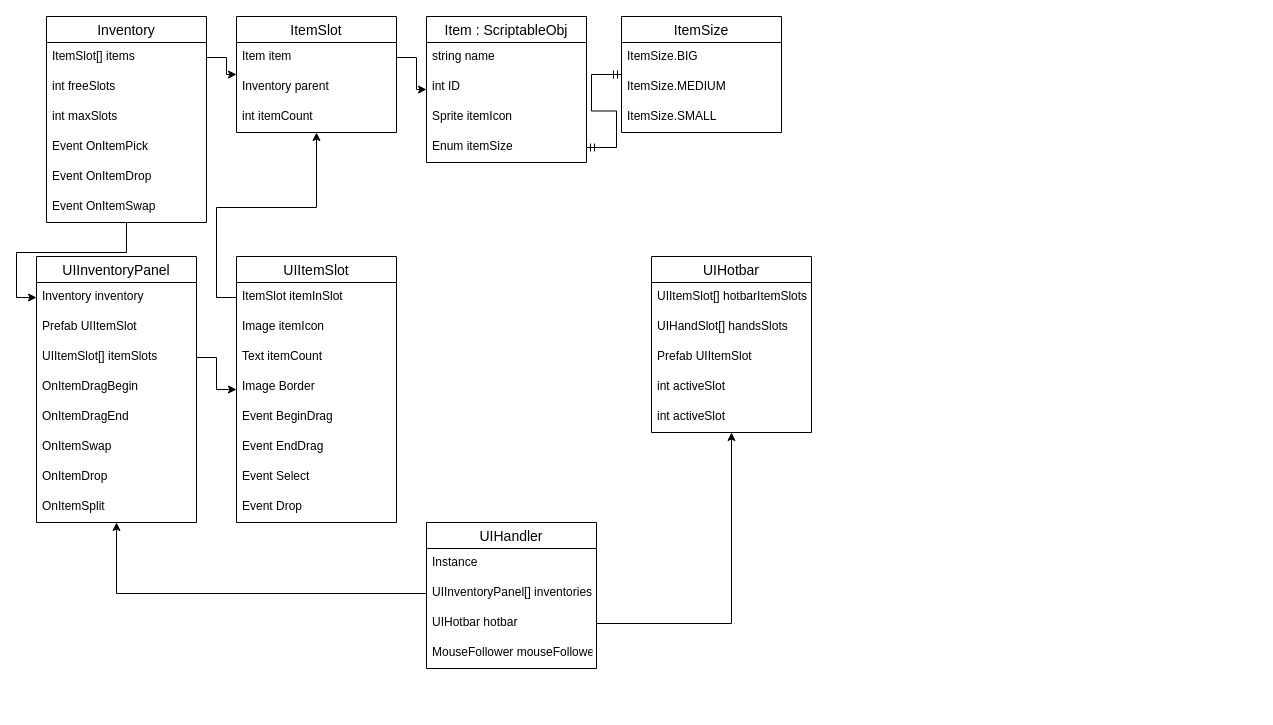
carthon/GameDevelopment keeps this draw.io diagram as DiagramConcept.drawio. Above is the earlier version. Source tidied: cells renumbered, new cells numbered last; positions are measured from the earlier drawing's top-left corner, leaving out a move shared by most shapes. Both pictures are drawn from the tidied source at 100%, with x=0, y=0 at pixel (16, 16).
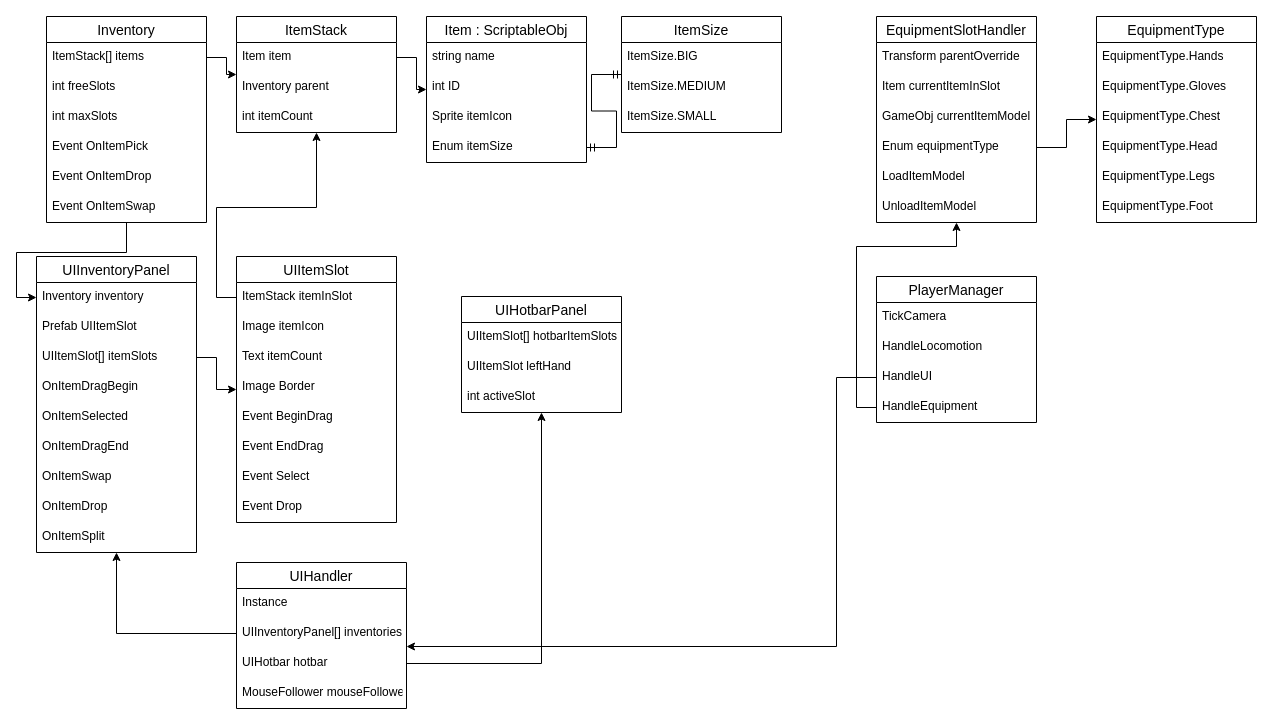
The same page after the edit.

Unchanged cells that the change refers to:
```xml
<mxCell id="3" value="Inventory" style="swimlane;fontStyle=0;horizontal=1;startSize=26;align=center;fontSize=14;" parent="1" vertex="1">
  <mxGeometry x="30" width="160" height="206" as="geometry" />
</mxCell>
<mxCell id="46" value="UIItemSlot" style="swimlane;fontStyle=0;horizontal=1;startSize=26;align=center;fontSize=14;" parent="1" vertex="1">
  <mxGeometry x="220" y="240" width="160" height="266" as="geometry" />
</mxCell>
```

What changed in the source:
```diff
@@
-    <mxCell id="4" value="ItemSlot[] items" style="text;strokeColor=none;fillColor=none;spacingLeft=4;spacingRight=4;overflow=hidden;points=[[0,0.5],[1,0.5]];portConstraint=eastwest;fontSize=12;" parent="3" vertex="1">
+    <mxCell id="4" value="ItemStack[] items" style="text;strokeColor=none;fillColor=none;spacingLeft=4;spacingRight=4;overflow=hidden;points=[[0,0.5],[1,0.5]];portConstraint=eastwest;fontSize=12;" parent="3" vertex="1">
       <mxGeometry y="26" width="160" height="30" as="geometry" />
     </mxCell>
@@
     <mxCell id="20" value="UIInventoryPanel" style="swimlane;fontStyle=0;horizontal=1;startSize=26;align=center;fontSize=14;" parent="1" vertex="1">
-      <mxGeometry x="20" y="240" width="160" height="266" as="geometry" />
+      <mxGeometry x="20" y="240" width="160" height="296" as="geometry" />
     </mxCell>
@@
+    <mxCell id="59" value="OnItemSelected" style="text;strokeColor=none;fillColor=none;spacingLeft=4;spacingRight=4;overflow=hidden;fontSize=12;" parent="20" vertex="1">
+      <mxGeometry y="146" width="160" height="30" as="geometry" />
+    </mxCell>
     <mxCell id="25" value="OnItemDragEnd&#10;" style="text;strokeColor=none;fillColor=none;spacingLeft=4;spacingRight=4;overflow=hidden;fontSize=12;" parent="20" vertex="1">
-      <mxGeometry y="146" width="160" height="30" as="geometry" />
+      <mxGeometry y="176" width="160" height="30" as="geometry" />
     </mxCell>
     <mxCell id="26" value="OnItemSwap" style="text;strokeColor=none;fillColor=none;spacingLeft=4;spacingRight=4;overflow=hidden;fontSize=12;" parent="20" vertex="1">
-      <mxGeometry y="176" width="160" height="30" as="geometry" />
+      <mxGeometry y="206" width="160" height="30" as="geometry" />
     </mxCell>
     <mxCell id="27" value="OnItemDrop" style="text;strokeColor=none;fillColor=none;spacingLeft=4;spacingRight=4;overflow=hidden;fontSize=12;" parent="20" vertex="1">
-      <mxGeometry y="206" width="160" height="30" as="geometry" />
+      <mxGeometry y="236" width="160" height="30" as="geometry" />
     </mxCell>
     <mxCell id="28" value="OnItemSplit" style="text;strokeColor=none;fillColor=none;spacingLeft=4;spacingRight=4;overflow=hidden;fontSize=12;" parent="20" vertex="1">
-      <mxGeometry y="236" width="160" height="30" as="geometry" />
+      <mxGeometry y="266" width="160" height="30" as="geometry" />
     </mxCell>
     <mxCell id="29" value="UIHandler" style="swimlane;fontStyle=0;horizontal=1;startSize=26;align=center;fontSize=14;" parent="1" vertex="1">
-      <mxGeometry x="410" y="506" width="170" height="146" as="geometry" />
+      <mxGeometry x="220" y="546" width="170" height="146" as="geometry" />
     </mxCell>
@@
-    <mxCell id="34" value="UIHotbar" style="swimlane;fontStyle=0;horizontal=1;startSize=26;align=center;fontSize=14;" parent="1" vertex="1">
-      <mxGeometry x="635" y="240" width="160" height="176" as="geometry" />
+    <mxCell id="34" value="UIHotbarPanel" style="swimlane;fontStyle=0;horizontal=1;startSize=26;align=center;fontSize=14;" parent="1" vertex="1">
+      <mxGeometry x="445" y="280" width="160" height="116" as="geometry" />
     </mxCell>
@@
-    <mxCell id="36" value="UIHandSlot[] handsSlots" style="text;strokeColor=none;fillColor=none;spacingLeft=4;spacingRight=4;overflow=hidden;fontSize=12;" parent="34" vertex="1">
+    <mxCell id="36" value="UIItemSlot leftHand" style="text;strokeColor=none;fillColor=none;spacingLeft=4;spacingRight=4;overflow=hidden;fontSize=12;" parent="34" vertex="1">
       <mxGeometry y="56" width="160" height="30" as="geometry" />
     </mxCell>
-    <mxCell id="37" value="Prefab UIItemSlot" style="text;strokeColor=none;fillColor=none;spacingLeft=4;spacingRight=4;overflow=hidden;fontSize=12;" parent="34" vertex="1">
-      <mxGeometry y="86" width="160" height="30" as="geometry" />
-    </mxCell>
     <mxCell id="38" value="int activeSlot" style="text;strokeColor=none;fillColor=none;spacingLeft=4;spacingRight=4;overflow=hidden;fontSize=12;" parent="34" vertex="1">
-      <mxGeometry y="116" width="160" height="30" as="geometry" />
+      <mxGeometry y="86" width="160" height="30" as="geometry" />
     </mxCell>
-    <mxCell id="39" value="int activeSlot" style="text;strokeColor=none;fillColor=none;spacingLeft=4;spacingRight=4;overflow=hidden;fontSize=12;" parent="34" vertex="1">
-      <mxGeometry y="146" width="160" height="30" as="geometry" />
-    </mxCell>
-    <mxCell id="40" value="ItemSlot" style="swimlane;fontStyle=0;horizontal=1;startSize=26;align=center;fontSize=14;" parent="1" vertex="1">
+    <mxCell id="40" value="ItemStack" style="swimlane;fontStyle=0;horizontal=1;startSize=26;align=center;fontSize=14;" parent="1" vertex="1">
       <mxGeometry x="220" width="160" height="116" as="geometry" />
     </mxCell>
@@
-    <mxCell id="47" value="ItemSlot itemInSlot" style="text;strokeColor=none;fillColor=none;spacingLeft=4;spacingRight=4;overflow=hidden;points=[[0,0.5],[1,0.5]];portConstraint=eastwest;fontSize=12;" parent="46" vertex="1">
+    <mxCell id="47" value="ItemStack itemInSlot" style="text;strokeColor=none;fillColor=none;spacingLeft=4;spacingRight=4;overflow=hidden;points=[[0,0.5],[1,0.5]];portConstraint=eastwest;fontSize=12;" parent="46" vertex="1">
       <mxGeometry y="26" width="160" height="30" as="geometry" />
     </mxCell>
@@
+    <mxCell id="60" value="EquipmentSlotHandler" style="swimlane;fontStyle=0;horizontal=1;startSize=26;align=center;fontSize=14;" parent="1" vertex="1">
+      <mxGeometry x="860" width="160" height="206" as="geometry" />
+    </mxCell>
+    <mxCell id="61" value="Transform parentOverride" style="text;strokeColor=none;fillColor=none;spacingLeft=4;spacingRight=4;overflow=hidden;fontSize=12;" parent="60" vertex="1">
+      <mxGeometry y="26" width="160" height="30" as="geometry" />
+    </mxCell>
+    <mxCell id="62" value="Item currentItemInSlot" style="text;strokeColor=none;fillColor=none;spacingLeft=4;spacingRight=4;overflow=hidden;fontSize=12;" parent="60" vertex="1">
+      <mxGeometry y="56" width="160" height="30" as="geometry" />
+    </mxCell>
+    <mxCell id="63" value="GameObj currentItemModel" style="text;strokeColor=none;fillColor=none;spacingLeft=4;spacingRight=4;overflow=hidden;fontSize=12;" parent="60" vertex="1">
+      <mxGeometry y="86" width="160" height="30" as="geometry" />
+    </mxCell>
+    <mxCell id="64" value="Enum equipmentType" style="text;strokeColor=none;fillColor=none;spacingLeft=4;spacingRight=4;overflow=hidden;points=[[0,0.5],[1,0.5]];portConstraint=eastwest;fontSize=12;" parent="60" vertex="1">
+      <mxGeometry y="116" width="160" height="30" as="geometry" />
+    </mxCell>
+    <mxCell id="65" value="LoadItemModel" style="text;strokeColor=none;fillColor=none;spacingLeft=4;spacingRight=4;overflow=hidden;fontSize=12;" parent="60" vertex="1">
+      <mxGeometry y="146" width="160" height="30" as="geometry" />
+    </mxCell>
+    <mxCell id="66" value="UnloadItemModel" style="text;strokeColor=none;fillColor=none;spacingLeft=4;spacingRight=4;overflow=hidden;fontSize=12;" parent="60" vertex="1">
+      <mxGeometry y="176" width="160" height="30" as="geometry" />
+    </mxCell>
+    <mxCell id="67" value="PlayerManager" style="swimlane;fontStyle=0;horizontal=1;startSize=26;align=center;fontSize=14;" parent="1" vertex="1">
+      <mxGeometry x="860" y="260" width="160" height="146" as="geometry" />
+    </mxCell>
+    <mxCell id="68" value="TickCamera" style="text;strokeColor=none;fillColor=none;spacingLeft=4;spacingRight=4;overflow=hidden;fontSize=12;" parent="67" vertex="1">
+      <mxGeometry y="26" width="160" height="30" as="geometry" />
+    </mxCell>
+    <mxCell id="69" value="HandleLocomotion" style="text;strokeColor=none;fillColor=none;spacingLeft=4;spacingRight=4;overflow=hidden;fontSize=12;" parent="67" vertex="1">
+      <mxGeometry y="56" width="160" height="30" as="geometry" />
+    </mxCell>
+    <mxCell id="70" value="HandleUI" style="text;strokeColor=none;fillColor=none;spacingLeft=4;spacingRight=4;overflow=hidden;points=[[0,0.5],[1,0.5]];portConstraint=eastwest;fontSize=12;" parent="67" vertex="1">
+      <mxGeometry y="86" width="160" height="30" as="geometry" />
+    </mxCell>
+    <mxCell id="71" value="HandleEquipment" style="text;strokeColor=none;fillColor=none;spacingLeft=4;spacingRight=4;overflow=hidden;points=[[0,0.5],[1,0.5]];portConstraint=eastwest;fontSize=12;" parent="67" vertex="1">
+      <mxGeometry y="116" width="160" height="30" as="geometry" />
+    </mxCell>
+    <mxCell id="72" style="edgeStyle=orthogonalEdgeStyle;rounded=0;jettySize=auto;html=1;" parent="1" edge="1" source="71" target="60">
+      <mxGeometry relative="1" as="geometry">
+        <Array as="points">
+          <mxPoint x="840" y="391" />
+          <mxPoint x="840" y="230" />
+          <mxPoint x="940" y="230" />
+        </Array>
+      </mxGeometry>
+    </mxCell>
+    <mxCell id="73" style="edgeStyle=orthogonalEdgeStyle;rounded=0;jettySize=auto;html=1;" parent="1" edge="1" source="70" target="29">
+      <mxGeometry relative="1" as="geometry">
+        <Array as="points">
+          <mxPoint x="820" y="361" />
+          <mxPoint x="820" y="630" />
+        </Array>
+      </mxGeometry>
+    </mxCell>
+    <mxCell id="74" value="EquipmentType" style="swimlane;fontStyle=0;horizontal=1;startSize=26;align=center;fontSize=14;" parent="1" vertex="1">
+      <mxGeometry x="1080" width="160" height="206" as="geometry" />
+    </mxCell>
+    <mxCell id="75" value="EquipmentType.Hands" style="text;strokeColor=none;fillColor=none;spacingLeft=4;spacingRight=4;overflow=hidden;fontSize=12;" parent="74" vertex="1">
+      <mxGeometry y="26" width="160" height="30" as="geometry" />
+    </mxCell>
+    <mxCell id="76" value="EquipmentType.Gloves" style="text;strokeColor=none;fillColor=none;spacingLeft=4;spacingRight=4;overflow=hidden;fontSize=12;" parent="74" vertex="1">
+      <mxGeometry y="56" width="160" height="30" as="geometry" />
+    </mxCell>
+    <mxCell id="77" value="EquipmentType.Chest" style="text;strokeColor=none;fillColor=none;spacingLeft=4;spacingRight=4;overflow=hidden;fontSize=12;" parent="74" vertex="1">
+      <mxGeometry y="86" width="160" height="30" as="geometry" />
+    </mxCell>
+    <mxCell id="78" value="EquipmentType.Head" style="text;strokeColor=none;fillColor=none;spacingLeft=4;spacingRight=4;overflow=hidden;fontSize=12;" parent="74" vertex="1">
+      <mxGeometry y="116" width="160" height="30" as="geometry" />
+    </mxCell>
+    <mxCell id="79" value="EquipmentType.Legs" style="text;strokeColor=none;fillColor=none;spacingLeft=4;spacingRight=4;overflow=hidden;fontSize=12;" parent="74" vertex="1">
+      <mxGeometry y="146" width="160" height="30" as="geometry" />
+    </mxCell>
+    <mxCell id="80" value="EquipmentType.Foot" style="text;strokeColor=none;fillColor=none;spacingLeft=4;spacingRight=4;overflow=hidden;fontSize=12;" parent="74" vertex="1">
+      <mxGeometry y="176" width="160" height="30" as="geometry" />
+    </mxCell>
+    <mxCell id="81" style="edgeStyle=orthogonalEdgeStyle;rounded=0;jettySize=auto;html=1;" parent="1" edge="1" source="64" target="74">
+      <mxGeometry relative="1" as="geometry" />
+    </mxCell>
```
